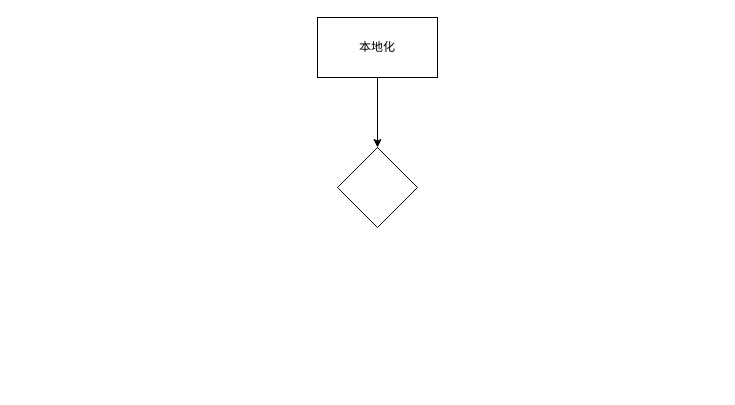
xzp3094997376/DrawIO keeps this draw.io diagram as Untitled Diagram.drawio. Above is the earlier version. Source tidied: cells renumbered, new cells numbered last; positions are measured from the earlier drawing's top-left corner, leaving out a move shared by most shapes. Both pictures are drawn from the tidied source at 100%, with x=0, y=0 at pixel (317, 17).
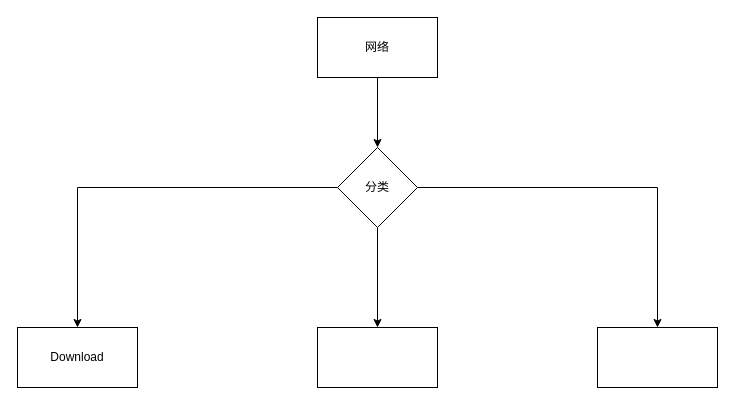
Above is the later version.

What changed in the source:
```diff
@@
 <mxGraphModel>
   <root>
     <mxCell id="0" />
     <mxCell id="1" parent="0" />
     <mxCell id="2" style="edgeStyle=orthogonalEdgeStyle;rounded=0;jettySize=auto;html=1;" parent="1" edge="1" source="3" target="4">
       <mxGeometry relative="1" as="geometry" />
     </mxCell>
-    <mxCell id="3" value="本地化" style="whiteSpace=wrap;html=1;" parent="1" vertex="1">
+    <mxCell id="3" value="网络" style="whiteSpace=wrap;html=1;" parent="1" vertex="1">
       <mxGeometry width="120" height="60" as="geometry" />
     </mxCell>
+    <mxCell id="5" style="edgeStyle=orthogonalEdgeStyle;rounded=0;jettySize=auto;html=1;" parent="1" edge="1" source="4" target="8">
+      <mxGeometry relative="1" as="geometry" />
+    </mxCell>
+    <mxCell id="6" style="edgeStyle=orthogonalEdgeStyle;rounded=0;jettySize=auto;html=1;" parent="1" edge="1" source="4" target="9">
+      <mxGeometry relative="1" as="geometry" />
+    </mxCell>
+    <mxCell id="7" style="edgeStyle=orthogonalEdgeStyle;rounded=0;jettySize=auto;html=1;" parent="1" edge="1" source="4" target="10">
+      <mxGeometry relative="1" as="geometry" />
+    </mxCell>
-    <mxCell id="4" style="rhombus;whiteSpace=wrap;html=1;" parent="1" vertex="1">
+    <mxCell id="4" value="分类" style="rhombus;whiteSpace=wrap;html=1;" parent="1" vertex="1">
       <mxGeometry x="20" y="130" width="80" height="80" as="geometry" />
     </mxCell>
+    <mxCell id="8" value="Download" style="whiteSpace=wrap;html=1;" parent="1" vertex="1">
+      <mxGeometry x="-300" y="310" width="120" height="60" as="geometry" />
+    </mxCell>
+    <mxCell id="9" style="whiteSpace=wrap;html=1;" parent="1" vertex="1">
+      <mxGeometry y="310" width="120" height="60" as="geometry" />
+    </mxCell>
+    <mxCell id="10" style="whiteSpace=wrap;html=1;" parent="1" vertex="1">
+      <mxGeometry x="280" y="310" width="120" height="60" as="geometry" />
+    </mxCell>
   </root>
 </mxGraphModel>
```
